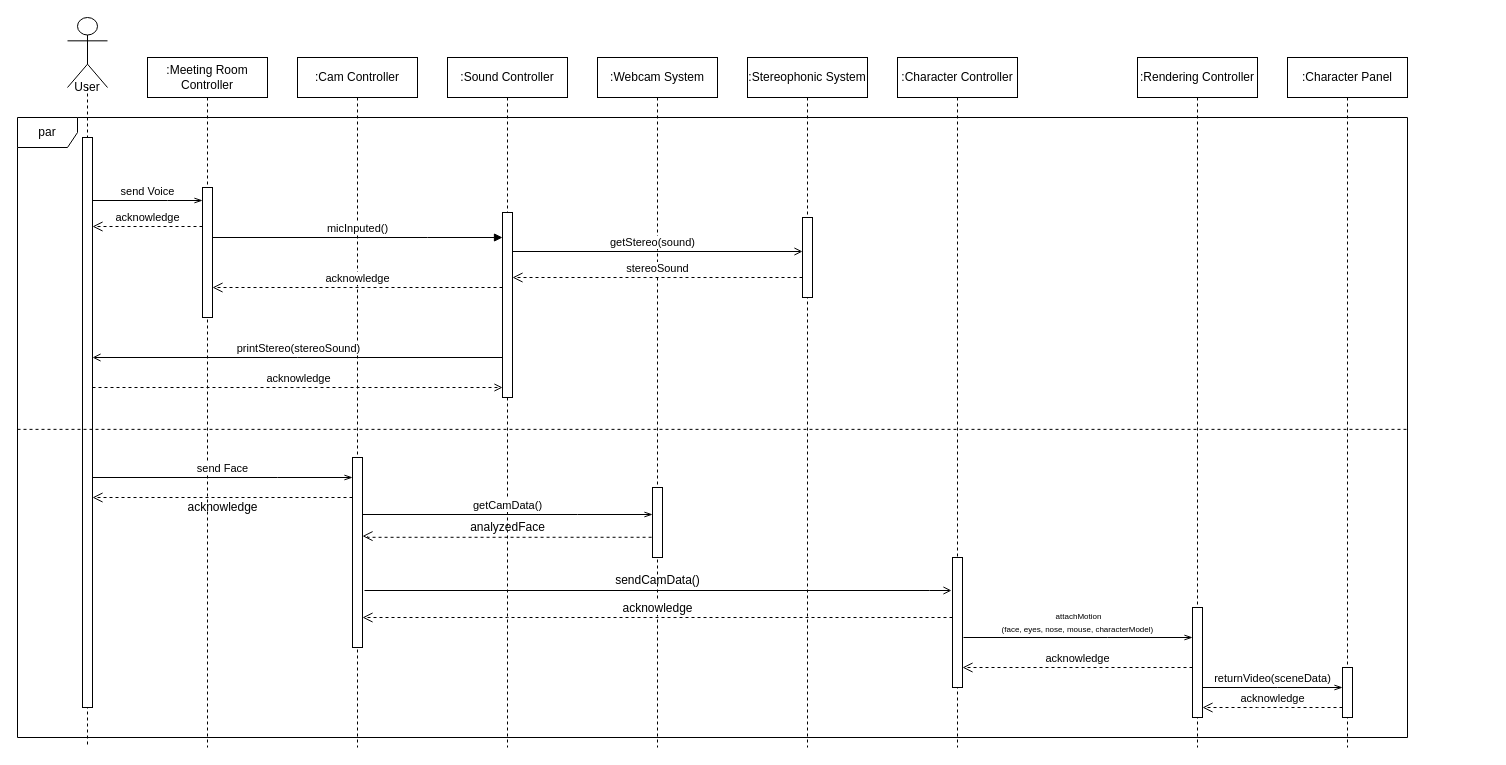
Above: SD7(1).drawio in ONFFLine/Diagram (draw.io), before the change. Source tidied: cells renumbered, new cells numbered last; positions are measured from the earlier drawing's top-left corner, leaving out a move shared by most shapes. Both pictures are drawn from the tidied source at 100%, with x=0, y=0 at pixel (17, 17).
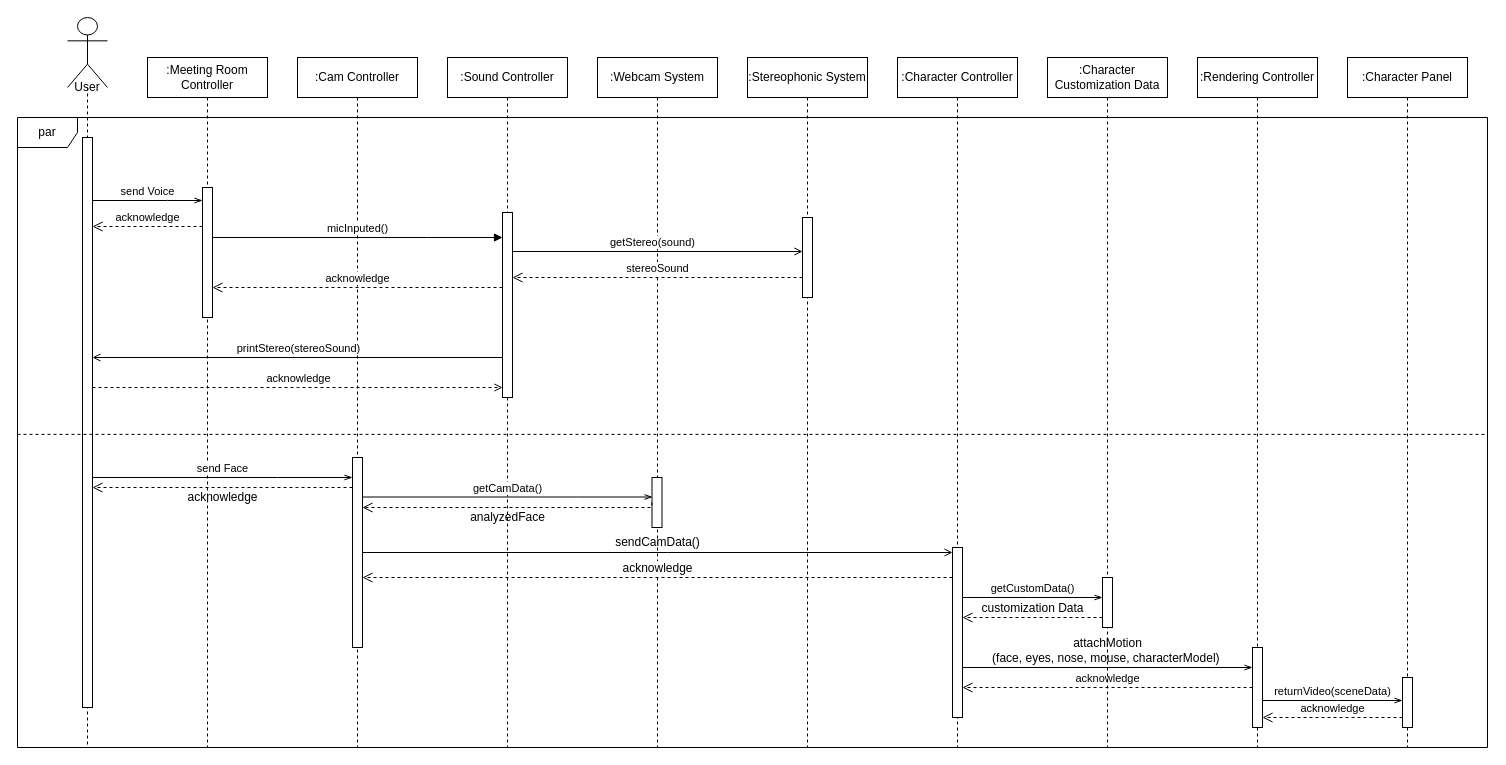
Above is the later version.

The change refers to these unchanged cells:
```xml
<mxCell id="6" style="html=1;points=[];perimeter=orthogonalPerimeter;" parent="5" vertex="1">
  <mxGeometry x="55" y="400" width="10" height="190" as="geometry" />
</mxCell>
<mxCell id="9" value=":Webcam System" style="shape=umlLifeline;perimeter=lifelinePerimeter;whiteSpace=wrap;html=1;" parent="1" vertex="1">
  <mxGeometry x="580" y="40" width="120" height="690" as="geometry" />
</mxCell>
<mxCell id="13" value=":Character Controller" style="shape=umlLifeline;perimeter=lifelinePerimeter;whiteSpace=wrap;html=1;" parent="1" vertex="1">
  <mxGeometry x="880" y="40" width="120" height="690" as="geometry" />
</mxCell>
<mxCell id="16" style="html=1;points=[];perimeter=orthogonalPerimeter;" parent="15" vertex="1">
  <mxGeometry x="15" y="120" width="10" height="570" as="geometry" />
</mxCell>
```

Change to the diagram source:
```diff
@@
     <mxCell id="2" value="par" style="shape=umlFrame;whiteSpace=wrap;html=1;" parent="1" vertex="1">
-      <mxGeometry y="100" width="1390" height="620" as="geometry" />
+      <mxGeometry y="100" width="1470" height="630" as="geometry" />
     </mxCell>
@@
     <mxCell id="10" style="html=1;points=[];perimeter=orthogonalPerimeter;" parent="9" vertex="1">
-      <mxGeometry x="55" y="430" width="10" height="70" as="geometry" />
+      <mxGeometry x="54.5" y="420" width="10" height="50" as="geometry" />
     </mxCell>
@@
     <mxCell id="14" style="html=1;points=[];perimeter=orthogonalPerimeter;" parent="13" vertex="1">
-      <mxGeometry x="55" y="500" width="10" height="130" as="geometry" />
+      <mxGeometry x="55" y="490" width="10" height="170" as="geometry" />
     </mxCell>
@@
     <mxCell id="24" value="getCamData()" style="html=1;verticalAlign=bottom;endArrow=openThin;rounded=0;edgeStyle=orthogonalEdgeStyle;endFill=0;" parent="1" edge="1">
       <mxGeometry relative="1" as="geometry">
-        <mxPoint x="345" y="497" as="sourcePoint" />
-        <mxPoint x="635" y="497" as="targetPoint" />
+        <mxPoint x="345" y="479.5" as="sourcePoint" />
+        <mxPoint x="635" y="479.5" as="targetPoint" />
         <Array as="points">
-          <mxPoint x="560" y="497" />
-          <mxPoint x="560" y="497" />
+          <mxPoint x="560" y="479.5" />
+          <mxPoint x="560" y="479.5" />
         </Array>
       </mxGeometry>
     </mxCell>
     <mxCell id="25" style="html=1;verticalAlign=bottom;endArrow=open;dashed=1;endSize=8;rounded=0;edgeStyle=orthogonalEdgeStyle;" parent="1" edge="1" source="6" target="16">
       <mxGeometry relative="1" as="geometry">
         <Array as="points">
-          <mxPoint x="270" y="480" />
-          <mxPoint x="270" y="480" />
+          <mxPoint x="280" y="470" />
+          <mxPoint x="280" y="470" />
         </Array>
       </mxGeometry>
     </mxCell>
     <mxCell id="26" value="acknowledge" style="text;html=1;align=center;verticalAlign=middle;strokeColor=none;" parent="1" vertex="1">
-      <mxGeometry x="160" y="480" width="90" height="20" as="geometry" />
+      <mxGeometry x="160" y="470" width="90" height="20" as="geometry" />
     </mxCell>
     <mxCell id="27" value=":Rendering Controller" style="shape=umlLifeline;perimeter=lifelinePerimeter;whiteSpace=wrap;html=1;" parent="1" vertex="1">
-      <mxGeometry x="1120" y="40" width="120" height="690" as="geometry" />
+      <mxGeometry x="1180" y="40" width="120" height="690" as="geometry" />
     </mxCell>
     <mxCell id="28" style="html=1;points=[];perimeter=orthogonalPerimeter;" parent="27" vertex="1">
-      <mxGeometry x="55" y="550" width="10" height="110" as="geometry" />
+      <mxGeometry x="55" y="590" width="10" height="80" as="geometry" />
     </mxCell>
     <mxCell id="29" value=":Character Panel" style="shape=umlLifeline;perimeter=lifelinePerimeter;whiteSpace=wrap;html=1;" parent="1" vertex="1">
-      <mxGeometry x="1270" y="40" width="120" height="690" as="geometry" />
+      <mxGeometry x="1330" y="40" width="120" height="690" as="geometry" />
     </mxCell>
     <mxCell id="30" style="html=1;points=[];perimeter=orthogonalPerimeter;" parent="29" vertex="1">
-      <mxGeometry x="55" y="610" width="10" height="50" as="geometry" />
+      <mxGeometry x="55" y="620" width="10" height="50" as="geometry" />
     </mxCell>
@@
-    <mxCell id="32" value="returnVideo(sceneData)" style="html=1;verticalAlign=bottom;endArrow=openThin;rounded=0;edgeStyle=orthogonalEdgeStyle;endFill=0;" parent="1" edge="1" source="28" target="30">
+    <mxCell id="32" value="returnVideo(sceneData)" style="html=1;verticalAlign=bottom;endArrow=openThin;rounded=0;edgeStyle=orthogonalEdgeStyle;endFill=0;" parent="1" edge="1">
       <mxGeometry relative="1" as="geometry">
+        <mxPoint x="1245" y="683" as="sourcePoint" />
+        <mxPoint x="1385" y="683" as="targetPoint" />
         <Array as="points">
-          <mxPoint x="1260" y="670" />
-          <mxPoint x="1260" y="670" />
+          <mxPoint x="1320" y="683" />
+          <mxPoint x="1320" y="683" />
         </Array>
       </mxGeometry>
     </mxCell>
     <mxCell id="33" value="acknowledge" style="html=1;verticalAlign=bottom;endArrow=open;dashed=1;endSize=8;rounded=0;edgeStyle=orthogonalEdgeStyle;" parent="1" edge="1" source="28" target="14">
       <mxGeometry relative="1" as="geometry">
         <Array as="points">
-          <mxPoint x="1080" y="650" />
-          <mxPoint x="1080" y="650" />
+          <mxPoint x="1100" y="670" />
+          <mxPoint x="1100" y="670" />
         </Array>
       </mxGeometry>
     </mxCell>
     <mxCell id="34" value="acknowledge" style="html=1;verticalAlign=bottom;endArrow=open;dashed=1;endSize=8;rounded=0;edgeStyle=orthogonalEdgeStyle;" parent="1" edge="1" source="30" target="28">
       <mxGeometry relative="1" as="geometry">
         <Array as="points">
-          <mxPoint x="1240" y="690" />
-          <mxPoint x="1240" y="690" />
+          <mxPoint x="1310" y="700" />
+          <mxPoint x="1310" y="700" />
         </Array>
       </mxGeometry>
     </mxCell>
-    <mxCell id="35" style="html=1;verticalAlign=bottom;endArrow=open;dashed=1;endSize=8;rounded=0;edgeStyle=orthogonalEdgeStyle;entryX=0.997;entryY=0.313;entryDx=0;entryDy=0;entryPerimeter=0;exitX=-0.093;exitY=0.711;exitDx=0;exitDy=0;exitPerimeter=0;" parent="1" edge="1" source="10">
+    <mxCell id="35" style="html=1;verticalAlign=bottom;endArrow=open;dashed=1;endSize=8;rounded=0;edgeStyle=orthogonalEdgeStyle;" parent="1" edge="1" source="10" target="6">
       <mxGeometry relative="1" as="geometry">
-        <mxPoint x="345" y="518.6" as="targetPoint" />
         <Array as="points">
-          <mxPoint x="350" y="520" />
-          <mxPoint x="350" y="519" />
+          <mxPoint x="634" y="485" />
+          <mxPoint x="634" y="490" />
         </Array>
       </mxGeometry>
     </mxCell>
     <mxCell id="36" value="analyzedFace" style="text;html=1;align=center;verticalAlign=middle;strokeColor=none;" parent="1" vertex="1">
-      <mxGeometry x="445" y="500" width="90" height="20" as="geometry" />
+      <mxGeometry x="445" y="490" width="90" height="20" as="geometry" />
     </mxCell>
-    <mxCell id="37" style="edgeStyle=orthogonalEdgeStyle;rounded=0;orthogonalLoop=1;jettySize=auto;html=1;endArrow=open;endFill=0;" parent="1" edge="1">
+    <mxCell id="37" style="edgeStyle=orthogonalEdgeStyle;rounded=0;jettySize=auto;html=1;endArrow=open;endFill=0;" parent="1" edge="1" source="6" target="14">
       <mxGeometry relative="1" as="geometry">
-        <mxPoint x="347" y="573" as="sourcePoint" />
-        <mxPoint x="934" y="573" as="targetPoint" />
         <Array as="points">
-          <mxPoint x="912" y="573" />
-          <mxPoint x="912" y="573" />
+          <mxPoint x="650" y="535" />
+          <mxPoint x="650" y="535" />
         </Array>
       </mxGeometry>
     </mxCell>
     <mxCell id="38" value="sendCamData()" style="text;html=1;align=center;verticalAlign=middle;strokeColor=none;" parent="1" vertex="1">
-      <mxGeometry x="590" y="553" width="100" height="20" as="geometry" />
+      <mxGeometry x="590" y="515" width="100" height="20" as="geometry" />
     </mxCell>
-    <mxCell id="39" value="&lt;font style=&quot;font-size: 12px&quot;&gt;acknowledge&lt;/font&gt;" style="html=1;verticalAlign=bottom;endArrow=open;dashed=1;endSize=8;rounded=0;edgeStyle=orthogonalEdgeStyle;" parent="1" edge="1" target="6">
+    <mxCell id="39" value="&lt;font style=&quot;font-size: 12px&quot;&gt;acknowledge&lt;/font&gt;" style="html=1;verticalAlign=bottom;endArrow=open;dashed=1;endSize=8;rounded=0;edgeStyle=orthogonalEdgeStyle;" parent="1" edge="1" source="14" target="6">
       <mxGeometry relative="1" as="geometry">
-        <mxPoint x="935" y="600" as="sourcePoint" />
         <Array as="points">
-          <mxPoint x="490" y="600" />
-          <mxPoint x="490" y="600" />
+          <mxPoint x="640" y="560" />
+          <mxPoint x="640" y="560" />
         </Array>
       </mxGeometry>
     </mxCell>
@@
-    <mxCell id="41" value="&lt;font style=&quot;font-size: 8px&quot;&gt;attachMotion&lt;br&gt;(face, eyes, nose, mouse, characterModel)&amp;nbsp;&lt;/font&gt;" style="html=1;verticalAlign=bottom;endArrow=openThin;rounded=0;edgeStyle=orthogonalEdgeStyle;endFill=0;" parent="1" edge="1" target="28">
+    <mxCell id="41" value="&lt;font style=&quot;font-size: 12px&quot;&gt;attachMotion&lt;br&gt;(face, eyes, nose, mouse, characterModel)&amp;nbsp;&lt;/font&gt;" style="html=1;verticalAlign=bottom;endArrow=openThin;rounded=0;edgeStyle=orthogonalEdgeStyle;endFill=0;" parent="1" edge="1" source="14" target="28">
       <mxGeometry relative="1" as="geometry">
-        <mxPoint x="946" y="620" as="sourcePoint" />
         <Array as="points">
-          <mxPoint x="1090" y="620" />
-          <mxPoint x="1090" y="620" />
+          <mxPoint x="1090" y="650" />
+          <mxPoint x="1090" y="650" />
         </Array>
       </mxGeometry>
     </mxCell>
@@
+    <mxCell id="46" value=":Character Customization Data" style="shape=umlLifeline;perimeter=lifelinePerimeter;whiteSpace=wrap;html=1;" parent="1" vertex="1">
+      <mxGeometry x="1030" y="40" width="120" height="690" as="geometry" />
+    </mxCell>
+    <mxCell id="47" style="html=1;points=[];perimeter=orthogonalPerimeter;" parent="46" vertex="1">
+      <mxGeometry x="55" y="520" width="10" height="50" as="geometry" />
+    </mxCell>
+    <mxCell id="48" value="getCustomData()" style="html=1;verticalAlign=bottom;endArrow=openThin;rounded=0;edgeStyle=orthogonalEdgeStyle;endFill=0;" parent="1" edge="1" source="14" target="47">
+      <mxGeometry relative="1" as="geometry">
+        <Array as="points">
+          <mxPoint x="1010" y="580" />
+          <mxPoint x="1010" y="580" />
+        </Array>
+      </mxGeometry>
+    </mxCell>
+    <mxCell id="49" value="&lt;span style=&quot;font-size: 12px&quot;&gt;customization Data&lt;/span&gt;" style="html=1;verticalAlign=bottom;endArrow=open;dashed=1;endSize=8;rounded=0;edgeStyle=orthogonalEdgeStyle;" parent="1" edge="1" source="47" target="14">
+      <mxGeometry relative="1" as="geometry">
+        <Array as="points">
+          <mxPoint x="1010" y="600" />
+          <mxPoint x="1010" y="600" />
+        </Array>
+      </mxGeometry>
+    </mxCell>
```
